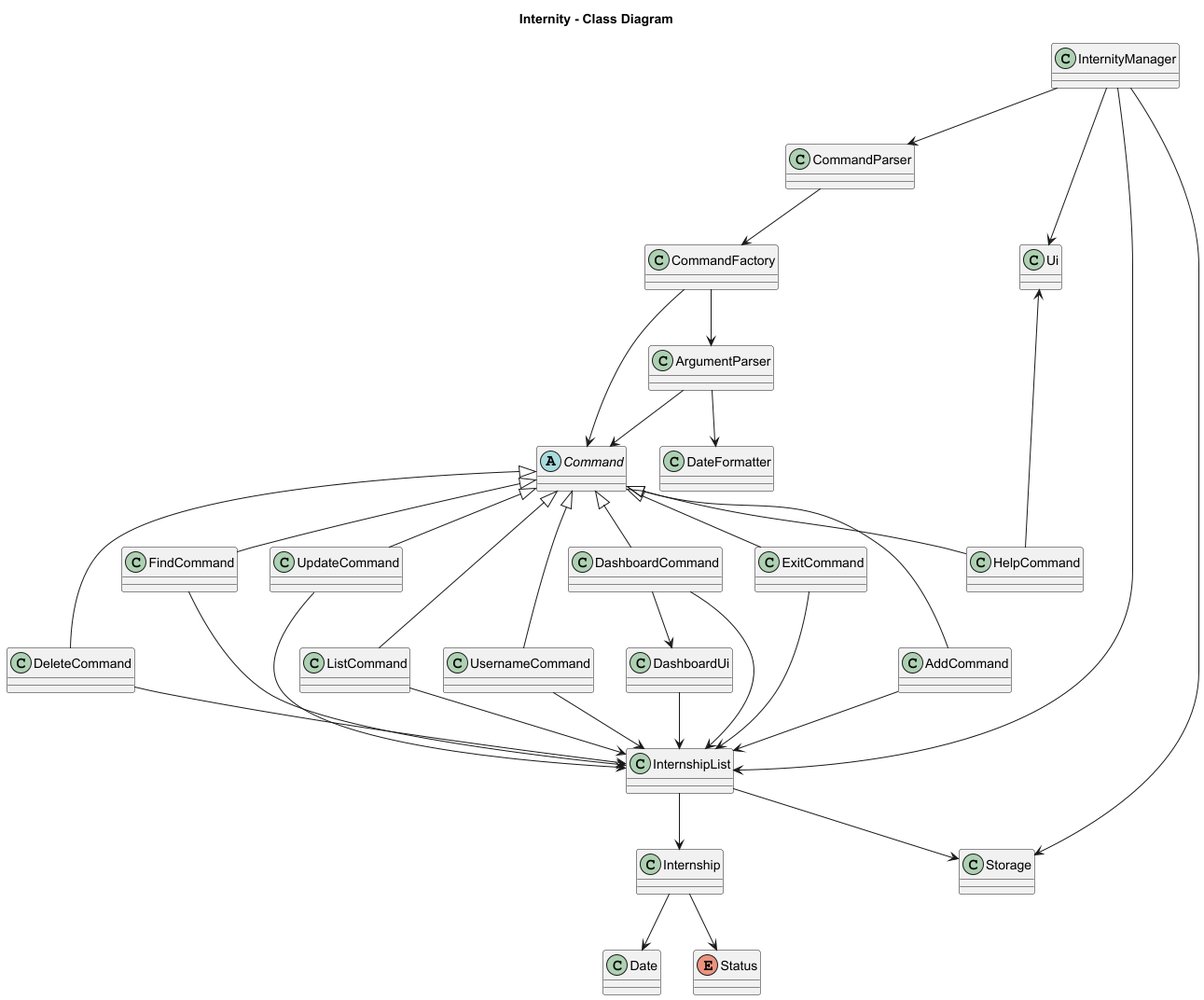
This is docs/diagrams/InternityCD.png from AY2526S1-CS2113-W14-4/tp, a PlantUML export, as it was before one commit.
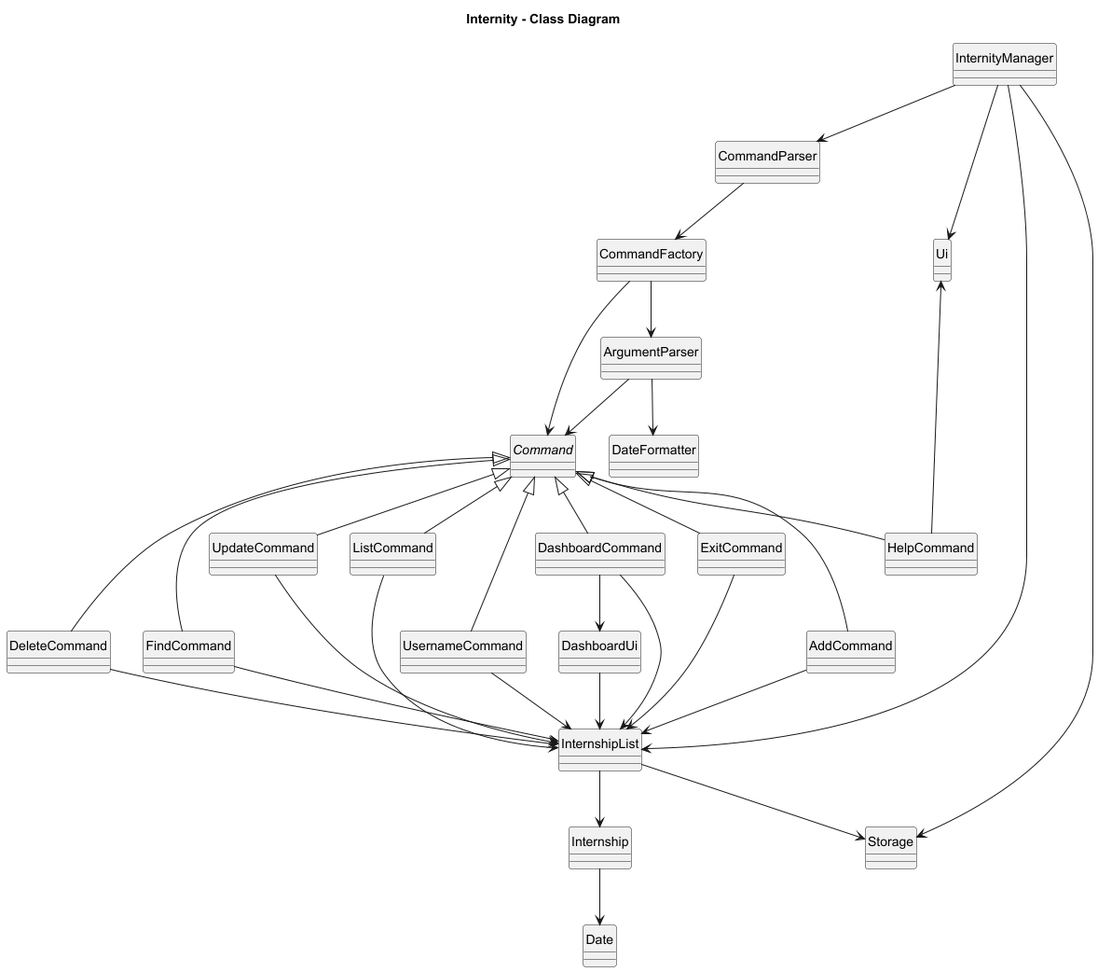
Above is the later version.

What changed in the source:
```diff
@@ -1,4 +1,6 @@
-@startuml@startuml
+@startuml
+hide circle
+
 title Internity - Class Diagram
 
 class InternityManager
@@ -21,7 +23,6 @@
 class Internship
 class Storage
 class Date
-enum Status
 
 class Ui
 class DashboardUi
@@ -66,7 +67,6 @@
 InternshipList --> Storage
 InternshipList --> Internship
 Internship --> Date
-Internship --> Status
 DashboardUi --> InternshipList
 
 ArgumentParser --> DateFormatter
```
